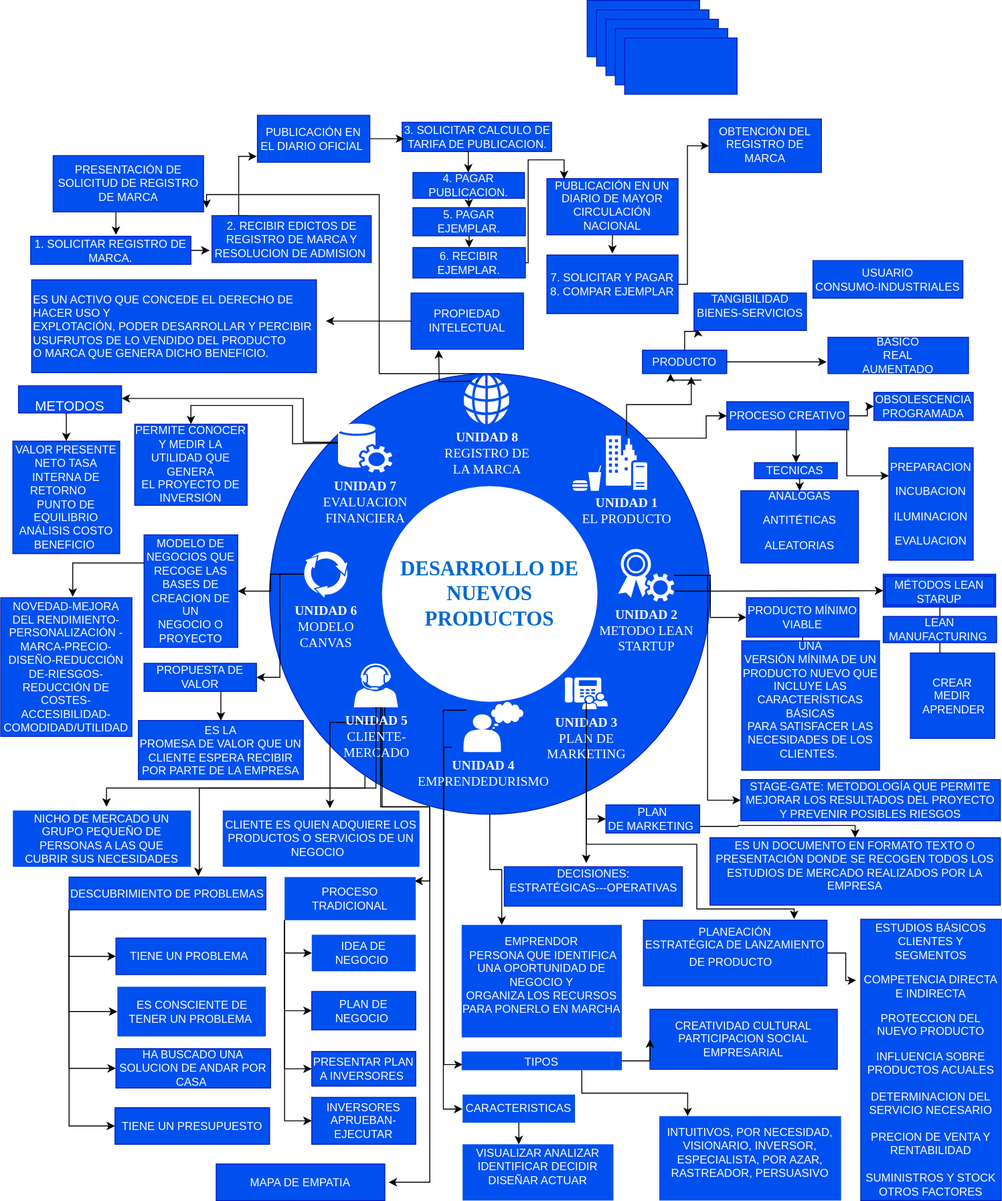
The draw.io diagram user/Diagrama sin título.drawio.svg in fapablo/sistemaescolar, before a commit. Source tidied: cells renumbered, new cells last; positions are measured from the earlier drawing's top-left corner, leaving out a move shared by most shapes.
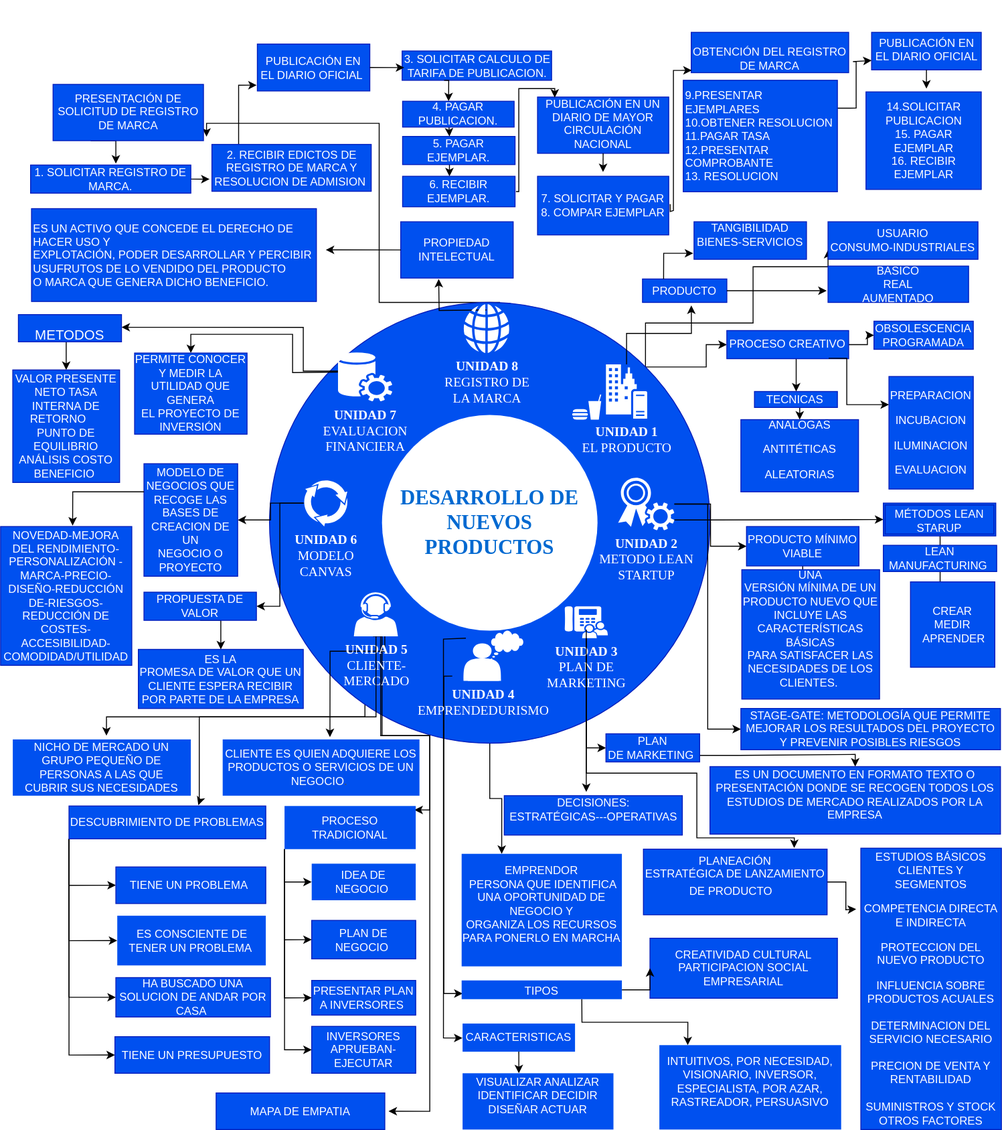
The same diagram one commit later.

What changed in the source:
```diff
@@ -34,6 +34,16 @@
         </Array>
       </mxGeometry>
     </mxCell>
+    <mxCell id="143" style="edgeStyle=orthogonalEdgeStyle;rounded=0;jettySize=auto;html=1;exitX=1;exitY=0;exitDx=0;exitDy=0;entryX=0;entryY=0.75;entryDx=0;entryDy=0;" parent="1" edge="1" source="6" target="33">
+      <mxGeometry relative="1" as="geometry">
+        <Array as="points">
+          <mxPoint x="688" y="420" />
+          <mxPoint x="803" y="420" />
+          <mxPoint x="803" y="360" />
+          <mxPoint x="883" y="360" />
+        </Array>
+      </mxGeometry>
+    </mxCell>
     <mxCell id="6" value="D" style="ellipse;whiteSpace=wrap;html=1;rounded=0;shadow=0;comic=0;strokeWidth=1;fontFamily=Verdana;fontSize=14;strokeColor=#001DBC;fillColor=#0050ef;fontColor=#ffffff;" parent="1" vertex="1">
       <mxGeometry x="287" y="398" width="470" height="470" as="geometry" />
     </mxCell>
@@ -145,11 +155,6 @@
     <mxCell id="28" value="&lt;b&gt;UNIDAD 6&lt;br&gt;&lt;/b&gt;MODELO&lt;br&gt;CANVAS" style="shadow=0;dashed=0;html=1;strokeColor=none;shape=mxgraph.mscae.general.continuous_cycle;fillColor=#ffffff;rounded=0;comic=0;fontFamily=Verdana;fontSize=14;fontColor=#FFFFFF;verticalAlign=top;labelPosition=center;verticalLabelPosition=bottom;align=center;" parent="1" vertex="1">
       <mxGeometry x="323" y="587" width="48" height="50" as="geometry" />
     </mxCell>
-    <mxCell id="29" style="edgeStyle=orthogonalEdgeStyle;rounded=0;jettySize=auto;html=1;entryX=0.333;entryY=1;entryDx=0;entryDy=0;entryPerimeter=0;" parent="1" edge="1" source="124">
-      <mxGeometry relative="1" as="geometry">
-        <mxPoint x="743" y="350" as="targetPoint" />
-      </mxGeometry>
-    </mxCell>
     <mxCell id="30" style="shape=mxgraph.signs.food.fast_food;html=1;verticalLabelPosition=bottom;verticalAlign=top;align=center;sketch=0;strokeColor=none;" parent="1" vertex="1">
       <mxGeometry x="610" y="496" width="31" height="27" as="geometry" />
     </mxCell>
@@ -160,7 +165,7 @@
       <mxGeometry x="740" y="312" width="120" height="40" as="geometry" />
     </mxCell>
     <mxCell id="33" value="USUARIO&lt;br&gt;CONSUMO-INDUSTRIALES" style="whiteSpace=wrap;html=1;fillColor=#0050ef;strokeColor=#001DBC;fontColor=#ffffff;" parent="1" vertex="1">
-      <mxGeometry x="867" y="277.5" width="160" height="40" as="geometry" />
+      <mxGeometry x="883" y="312" width="160" height="40" as="geometry" />
     </mxCell>
     <mxCell id="34" style="edgeStyle=orthogonalEdgeStyle;rounded=0;jettySize=auto;html=1;" parent="1" edge="1" source="36" target="39">
       <mxGeometry relative="1" as="geometry">
@@ -384,14 +389,17 @@
     <mxCell id="93" value="3. SOLICITAR CALCULO DE TARIFA DE PUBLICACION." style="rounded=0;whiteSpace=wrap;html=1;fillColor=#0050ef;fontColor=#ffffff;strokeColor=#001DBC;" parent="1" vertex="1">
       <mxGeometry x="428.5" y="129.9" width="159.5" height="31.2" as="geometry" />
     </mxCell>
-    <mxCell id="94" style="edgeStyle=orthogonalEdgeStyle;rounded=0;jettySize=auto;html=1;exitX=0.5;exitY=1;exitDx=0;exitDy=0;entryX=0.5;entryY=0;entryDx=0;entryDy=0;" parent="1" edge="1" source="95" target="96">
-      <mxGeometry relative="1" as="geometry" />
+    <mxCell id="94" style="edgeStyle=orthogonalEdgeStyle;rounded=0;orthogonalLoop=1;jettySize=auto;html=1;exitX=0.5;exitY=1;exitDx=0;exitDy=0;entryX=0.5;entryY=0;entryDx=0;entryDy=0;" parent="1" edge="1">
+      <mxGeometry relative="1" as="geometry">
+        <mxPoint x="479" y="251" as="sourcePoint" />
+        <mxPoint x="479" y="263.5" as="targetPoint" />
+      </mxGeometry>
     </mxCell>
     <mxCell id="95" value="5. PAGAR EJEMPLAR." style="rounded=0;whiteSpace=wrap;html=1;fillColor=#0050ef;fontColor=#ffffff;strokeColor=#001DBC;" parent="1" vertex="1">
-      <mxGeometry x="440" y="221" width="120" height="30" as="geometry" />
+      <mxGeometry x="429" y="221" width="120" height="30" as="geometry" />
     </mxCell>
     <mxCell id="96" value="6. RECIBIR EJEMPLAR." style="rounded=0;whiteSpace=wrap;html=1;fillColor=#0050ef;fontColor=#ffffff;strokeColor=#001DBC;" parent="1" vertex="1">
-      <mxGeometry x="440" y="263.5" width="120" height="32.5" as="geometry" />
+      <mxGeometry x="429" y="263.5" width="120" height="32.5" as="geometry" />
     </mxCell>
     <mxCell id="97" style="edgeStyle=orthogonalEdgeStyle;rounded=0;jettySize=auto;html=1;exitX=0.5;exitY=0;exitDx=0;exitDy=0;entryX=-0.006;entryY=0.876;entryDx=0;entryDy=0;entryPerimeter=0;" parent="1" edge="1" target="107">
       <mxGeometry relative="1" as="geometry">
@@ -414,15 +422,15 @@
     <mxCell id="100" value="1. SOLICITAR REGISTRO DE MARCA.&lt;br&gt;" style="rounded=0;whiteSpace=wrap;html=1;fillColor=#0050ef;fontColor=#ffffff;strokeColor=#001DBC;" parent="1" vertex="1">
       <mxGeometry x="32" y="251.5" width="171" height="30" as="geometry" />
     </mxCell>
-    <mxCell id="101" style="edgeStyle=orthogonalEdgeStyle;rounded=0;jettySize=auto;html=1;exitX=0.5;exitY=1;exitDx=0;exitDy=0;entryX=0.5;entryY=0;entryDx=0;entryDy=0;" parent="1" edge="1" source="102" target="95">
-      <mxGeometry relative="1" as="geometry" />
+    <mxCell id="101" style="edgeStyle=orthogonalEdgeStyle;rounded=0;orthogonalLoop=1;jettySize=auto;html=1;exitX=0.5;exitY=1;exitDx=0;exitDy=0;entryX=0.5;entryY=0;entryDx=0;entryDy=0;" parent="1" edge="1">
+      <mxGeometry relative="1" as="geometry">
+        <mxPoint x="478.5" y="211" as="sourcePoint" />
+        <mxPoint x="479" y="221" as="targetPoint" />
+      </mxGeometry>
     </mxCell>
     <mxCell id="102" value="4. PAGAR PUBLICACION." style="rounded=0;whiteSpace=wrap;html=1;fillColor=#0050ef;fontColor=#ffffff;strokeColor=#001DBC;" parent="1" vertex="1">
-      <mxGeometry x="440" y="183.5" width="119" height="27.5" as="geometry" />
+      <mxGeometry x="429" y="183.5" width="119" height="27.5" as="geometry" />
     </mxCell>
-    <mxCell id="103" style="rounded=0;whiteSpace=wrap;html=1;fillColor=#0050ef;fontColor=#ffffff;strokeColor=#001DBC;" parent="1" vertex="1">
-      <mxGeometry x="626" width="120" height="60" as="geometry" />
-    </mxCell>
     <mxCell id="104" style="edgeStyle=orthogonalEdgeStyle;rounded=0;jettySize=auto;html=1;exitX=0.25;exitY=1;exitDx=0;exitDy=0;" parent="1" edge="1" source="105">
       <mxGeometry relative="1" as="geometry">
         <mxPoint x="123" y="250" as="targetPoint" />
@@ -444,7 +452,7 @@
       <mxGeometry y="637" width="140" height="148" as="geometry" />
     </mxCell>
     <mxCell id="110" value="&lt;p class=&quot;MsoNormal&quot;&gt;PROPIEDAD INTELECTUAL&lt;/p&gt;" style="rounded=0;whiteSpace=wrap;html=1;fillColor=#0050ef;fontColor=#ffffff;strokeColor=#001DBC;" parent="1" vertex="1">
-      <mxGeometry x="438" y="312" width="120" height="60" as="geometry" />
+      <mxGeometry x="427" y="312" width="120" height="60" as="geometry" />
     </mxCell>
     <mxCell id="111" value="&lt;p class=&quot;MsoNormal&quot;&gt;VALOR PRESENTE NETO TASA INTERNA DE RETORNO&amp;nbsp;&amp;nbsp;&amp;nbsp;&amp;nbsp;&amp;nbsp; PUNTO DE EQUILIBRIO ANÁLISIS COSTO&lt;br/&gt;BENEFICIO&amp;nbsp;&lt;/p&gt;" style="rounded=0;whiteSpace=wrap;html=1;fillColor=#0050ef;fontColor=#ffffff;strokeColor=#001DBC;" parent="1" vertex="1">
       <mxGeometry x="13" y="470" width="114" height="120" as="geometry" />
@@ -492,11 +500,6 @@
     <mxCell id="122" value="&lt;span style=&quot;line-height: 107%;&quot;&gt;&lt;font style=&quot;font-size: 12px;&quot;&gt;OBSOLESCENCIA&lt;/font&gt;&lt;br&gt;&lt;font style=&quot;font-size: 12px;&quot;&gt;PROGRAMADA&lt;/font&gt;&lt;/span&gt;&lt;font style=&quot;font-size: 13px;&quot;&gt;&lt;br&gt;&lt;/font&gt;" style="rounded=0;whiteSpace=wrap;html=1;fillColor=#0050ef;strokeColor=#001DBC;fontColor=#ffffff;" parent="1" vertex="1">
       <mxGeometry x="932" y="418" width="106" height="30" as="geometry" />
     </mxCell>
-    <mxCell id="123" style="edgeStyle=orthogonalEdgeStyle;rounded=0;jettySize=auto;html=1;entryX=0.333;entryY=1;entryDx=0;entryDy=0;entryPerimeter=0;" parent="1" edge="1" target="124">
-      <mxGeometry relative="1" as="geometry">
-        <mxPoint x="748" y="405" as="sourcePoint" />
-      </mxGeometry>
-    </mxCell>
     <mxCell id="124" value="PRODUCTO" style="whiteSpace=wrap;html=1;align=center;verticalAlign=middle;fillColor=#0050ef;strokeColor=#001DBC;fontColor=#ffffff;" parent="1" vertex="1">
       <mxGeometry x="685" y="373" width="90" height="25" as="geometry" />
     </mxCell>
@@ -505,8 +508,8 @@
     </mxCell>
     <mxCell id="126" style="edgeStyle=orthogonalEdgeStyle;rounded=0;orthogonalLoop=1;jettySize=auto;html=1;exitX=0.5;exitY=1;exitDx=0;exitDy=0;entryX=0.614;entryY=-0.003;entryDx=0;entryDy=0;entryPerimeter=0;" parent="1" edge="1">
       <mxGeometry relative="1" as="geometry">
-        <mxPoint x="494.2" y="161.1" as="sourcePoint" />
-        <mxPoint x="499.1" y="183.4" as="targetPoint" />
+        <mxPoint x="473.2" y="161.1" as="sourcePoint" />
+        <mxPoint x="478.1" y="183.4" as="targetPoint" />
       </mxGeometry>
     </mxCell>
     <mxCell id="127" style="edgeStyle=orthogonalEdgeStyle;rounded=0;jettySize=auto;html=1;exitX=1;exitY=0.5;exitDx=0;exitDy=0;entryX=0.014;entryY=0.593;entryDx=0;entryDy=0;entryPerimeter=0;" parent="1" edge="1" source="107" target="93">
@@ -515,41 +518,34 @@
     <mxCell id="128" style="edgeStyle=orthogonalEdgeStyle;rounded=0;jettySize=auto;html=1;exitX=0;exitY=0.5;exitDx=0;exitDy=0;entryX=1.033;entryY=0.444;entryDx=0;entryDy=0;entryPerimeter=0;" parent="1" edge="1" source="110" target="106">
       <mxGeometry relative="1" as="geometry" />
     </mxCell>
-    <mxCell id="129" style="rounded=0;whiteSpace=wrap;html=1;fillColor=#0050ef;fontColor=#ffffff;strokeColor=#001DBC;" parent="1" vertex="1">
-      <mxGeometry x="636" y="10" width="120" height="60" as="geometry" />
-    </mxCell>
-    <mxCell id="130" style="rounded=0;whiteSpace=wrap;html=1;fillColor=#0050ef;fontColor=#ffffff;strokeColor=#001DBC;" parent="1" vertex="1">
-      <mxGeometry x="646" y="20" width="120" height="60" as="geometry" />
+    <mxCell id="130" value="14.SOLICITAR PUBLICACION&lt;br style=&quot;border-color: var(--border-color);&quot;&gt;15. PAGAR EJEMPLAR&lt;br style=&quot;border-color: var(--border-color);&quot;&gt;16. RECIBIR EJEMPLAR" style="rounded=0;whiteSpace=wrap;html=1;fillColor=#0050ef;fontColor=#ffffff;strokeColor=#001DBC;" parent="1" vertex="1">
+      <mxGeometry x="923.5" y="173.5" width="123" height="104" as="geometry" />
     </mxCell>
-    <mxCell id="131" style="rounded=0;whiteSpace=wrap;html=1;fillColor=#0050ef;fontColor=#ffffff;strokeColor=#001DBC;" parent="1" vertex="1">
-      <mxGeometry x="656" y="30" width="120" height="60" as="geometry" />
+    <mxCell id="131" value="&lt;p class=&quot;MsoNormal&quot;&gt;&lt;br&gt;&lt;/p&gt;&lt;p class=&quot;MsoNormal&quot;&gt;&lt;span style=&quot;background-color: initial;&quot;&gt;PUBLICACIÓN EN EL DIARIO OFICIAL&lt;/span&gt;&lt;/p&gt;&lt;br&gt;&lt;span style=&quot;box-sizing: border-box;display:inline-block;flex: 0 0 42px&quot;&gt;&lt;/span&gt;" style="rounded=0;whiteSpace=wrap;html=1;fillColor=#0050ef;fontColor=#ffffff;strokeColor=#001DBC;" parent="1" vertex="1">
+      <mxGeometry x="929.5" y="110" width="117" height="40" as="geometry" />
     </mxCell>
+    <mxCell id="144" style="edgeStyle=orthogonalEdgeStyle;rounded=0;jettySize=auto;html=1;exitX=1;exitY=0.25;exitDx=0;exitDy=0;entryX=0;entryY=0.75;entryDx=0;entryDy=0;" parent="1" edge="1" source="132" target="131">
+      <mxGeometry relative="1" as="geometry" />
+    </mxCell>
-    <mxCell id="132" style="rounded=0;whiteSpace=wrap;html=1;fillColor=#0050ef;fontColor=#ffffff;strokeColor=#001DBC;" parent="1" vertex="1">
-      <mxGeometry x="666" y="40" width="120" height="60" as="geometry" />
+    <mxCell id="132" value="9.PRESENTAR EJEMPLARES&lt;br&gt;10.OBTENER RESOLUCION&lt;br&gt;11.PAGAR TASA&lt;br&gt;&lt;div style=&quot;&quot;&gt;&lt;span style=&quot;background-color: initial;&quot;&gt;12.PRESENTAR COMPROBANTE&lt;/span&gt;&lt;/div&gt;&lt;div style=&quot;&quot;&gt;&lt;span style=&quot;background-color: initial;&quot;&gt;13. RESOLUCION&amp;nbsp;&lt;/span&gt;&lt;/div&gt;" style="rounded=0;whiteSpace=wrap;html=1;fillColor=#0050ef;fontColor=#ffffff;strokeColor=#001DBC;align=left;" parent="1" vertex="1">
+      <mxGeometry x="728.5" y="161.1" width="164.5" height="118.9" as="geometry" />
     </mxCell>
-    <mxCell id="133" value="&lt;p class=&quot;MsoNormal&quot;&gt;&lt;br&gt;&lt;/p&gt;&lt;p class=&quot;MsoNormal&quot;&gt;OBTENCIÓN DEL REGISTRO DE MARCA&lt;/p&gt;&lt;br&gt;&lt;span style=&quot;box-sizing: border-box;display:inline-block;flex: 0 0 42px&quot;&gt;&lt;/span&gt;" style="rounded=0;whiteSpace=wrap;html=1;fillColor=#0050ef;fontColor=#ffffff;strokeColor=#001DBC;" parent="1" vertex="1">
-      <mxGeometry x="756" y="126.5" width="120" height="57" as="geometry" />
+    <mxCell id="133" value="&lt;p class=&quot;MsoNormal&quot;&gt;&lt;br&gt;&lt;/p&gt;&lt;p class=&quot;MsoNormal&quot;&gt;OBTENCIÓN DEL REGISTRO DE MARCA&lt;/p&gt;&lt;span style=&quot;box-sizing: border-box;display:inline-block;flex: 0 0 42px&quot;&gt;&lt;/span&gt;" style="rounded=0;whiteSpace=wrap;html=1;fillColor=#0050ef;fontColor=#ffffff;strokeColor=#001DBC;" parent="1" vertex="1">
+      <mxGeometry x="737" y="110" width="168" height="43" as="geometry" />
     </mxCell>
-    <mxCell id="134" style="edgeStyle=orthogonalEdgeStyle;rounded=0;jettySize=auto;html=1;exitX=1;exitY=0.5;exitDx=0;exitDy=0;entryX=0;entryY=0.5;entryDx=0;entryDy=0;" parent="1" edge="1" source="135" target="133">
-      <mxGeometry relative="1" as="geometry">
-        <Array as="points">
-          <mxPoint x="733" y="303" />
-          <mxPoint x="733" y="155" />
-        </Array>
-      </mxGeometry>
-    </mxCell>
     <mxCell id="135" value="7. SOLICITAR Y PAGAR&lt;br&gt;8. COMPAR EJEMPLAR" style="rounded=0;whiteSpace=wrap;html=1;fillColor=#0050ef;fontColor=#ffffff;strokeColor=#001DBC;" parent="1" vertex="1">
-      <mxGeometry x="583" y="271.5" width="140" height="62.5" as="geometry" />
+      <mxGeometry x="573" y="263.5" width="140" height="62.5" as="geometry" />
     </mxCell>
     <mxCell id="136" value="&lt;p class=&quot;MsoNormal&quot;&gt;&lt;br&gt;&lt;/p&gt;&lt;p class=&quot;MsoNormal&quot;&gt;PUBLICACIÓN EN UN DIARIO DE MAYOR CIRCULACIÓN NACIONAL&lt;/p&gt;&lt;br&gt;&lt;span style=&quot;box-sizing: border-box;display:inline-block;flex: 0 0 42px&quot;&gt;&lt;/span&gt;" style="rounded=0;whiteSpace=wrap;html=1;fillColor=#0050ef;fontColor=#ffffff;strokeColor=#001DBC;" parent="1" vertex="1">
-      <mxGeometry x="583" y="190" width="140" height="60" as="geometry" />
+      <mxGeometry x="573" y="179" width="140" height="60" as="geometry" />
     </mxCell>
-    <mxCell id="137" style="edgeStyle=orthogonalEdgeStyle;rounded=0;jettySize=auto;html=1;exitX=1;exitY=0.5;exitDx=0;exitDy=0;entryX=0.131;entryY=0.01;entryDx=0;entryDy=0;entryPerimeter=0;" parent="1" edge="1" source="96" target="136">
+    <mxCell id="137" style="edgeStyle=orthogonalEdgeStyle;rounded=0;jettySize=auto;html=1;exitX=1;exitY=0.5;exitDx=0;exitDy=0;entryX=0.131;entryY=0.01;entryDx=0;entryDy=0;entryPerimeter=0;" parent="1" edge="1" target="136">
       <mxGeometry relative="1" as="geometry">
+        <mxPoint x="550" y="279.8" as="sourcePoint" />
         <Array as="points">
-          <mxPoint x="563" y="280" />
-          <mxPoint x="563" y="170" />
-          <mxPoint x="601" y="170" />
+          <mxPoint x="553" y="280" />
+          <mxPoint x="553" y="170" />
+          <mxPoint x="591" y="170" />
         </Array>
       </mxGeometry>
     </mxCell>
@@ -568,5 +564,25 @@
     <mxCell id="142" style="edgeStyle=orthogonalEdgeStyle;rounded=0;orthogonalLoop=1;jettySize=auto;html=1;exitX=0.5;exitY=1;exitDx=0;exitDy=0;entryX=0.499;entryY=1.333;entryDx=0;entryDy=0;entryPerimeter=0;" parent="1" edge="1" source="136" target="136">
       <mxGeometry relative="1" as="geometry" />
     </mxCell>
+    <mxCell id="134" style="edgeStyle=orthogonalEdgeStyle;rounded=0;jettySize=auto;html=1;exitX=1.011;exitY=0.476;exitDx=0;exitDy=0;entryX=0.003;entryY=0.942;entryDx=0;entryDy=0;exitPerimeter=0;entryPerimeter=0;" parent="1" edge="1" source="135" target="133">
+      <mxGeometry relative="1" as="geometry">
+        <Array as="points">
+          <mxPoint x="714" y="301" />
+          <mxPoint x="713" y="301" />
+          <mxPoint x="718" y="300" />
+          <mxPoint x="718" y="150" />
+          <mxPoint x="738" y="150" />
+        </Array>
+      </mxGeometry>
+    </mxCell>
+    <mxCell id="145" style="edgeStyle=orthogonalEdgeStyle;rounded=0;jettySize=auto;html=1;exitX=0.25;exitY=0;exitDx=0;exitDy=0;entryX=-0.007;entryY=0.84;entryDx=0;entryDy=0;entryPerimeter=0;" parent="1" edge="1" source="124" target="32">
+      <mxGeometry relative="1" as="geometry" />
+    </mxCell>
+    <mxCell id="146" style="edgeStyle=orthogonalEdgeStyle;rounded=0;orthogonalLoop=1;jettySize=auto;html=1;exitX=0.5;exitY=1;exitDx=0;exitDy=0;" parent="1" edge="1" source="131" target="131">
+      <mxGeometry relative="1" as="geometry" />
+    </mxCell>
+    <mxCell id="147" style="edgeStyle=orthogonalEdgeStyle;rounded=0;orthogonalLoop=1;jettySize=auto;html=1;exitX=0.5;exitY=1;exitDx=0;exitDy=0;entryX=0.5;entryY=1.5;entryDx=0;entryDy=0;entryPerimeter=0;" parent="1" edge="1" source="131" target="131">
+      <mxGeometry relative="1" as="geometry" />
+    </mxCell>
   </root>
 </mxGraphModel>
```
